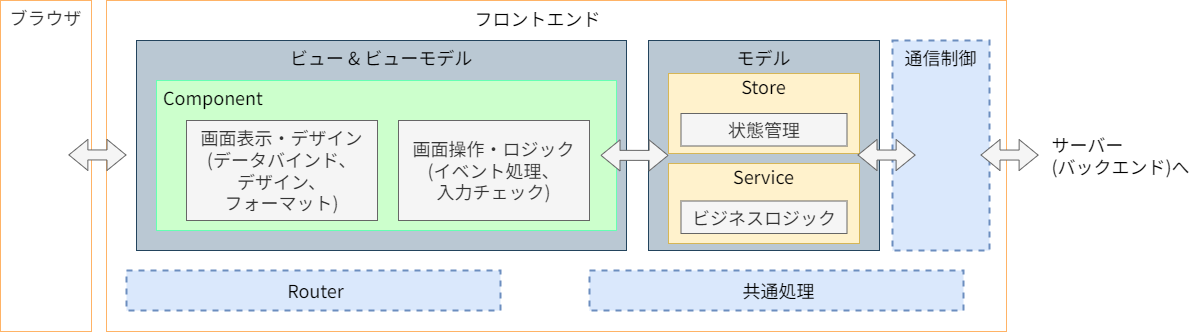
AlesInfiny/maris keeps this draw.io diagram as documents/contents/images/app-architecture/client-side-rendering/frontend-architecture-light.png. Above is the earlier version. Source tidied: cells renumbered, new cells last; positions are measured from the earlier drawing's top-left corner, leaving out a move shared by most shapes.
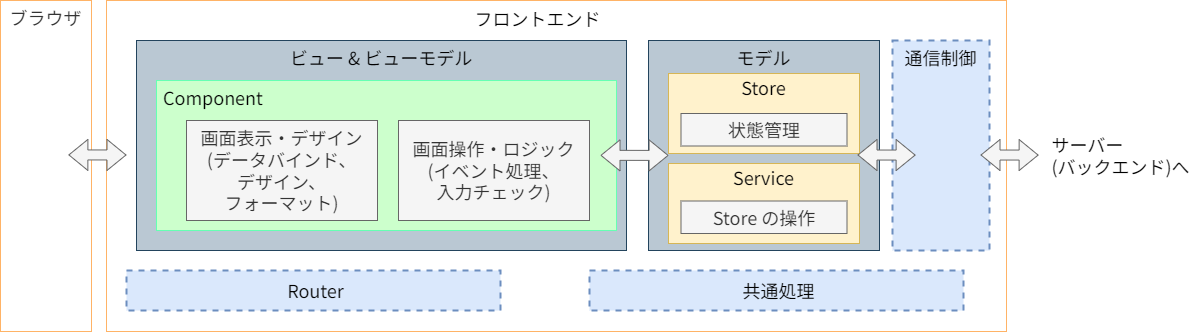
After the change.

Diff of the diagram source:
```diff
@@ -23,7 +23,7 @@
     <mxCell id="8" value="画面操作・ロジック&lt;br style=&quot;font-size: 18px&quot;&gt;(イベント処理、&lt;br style=&quot;font-size: 18px&quot;&gt;入力チェック)" style="rounded=0;whiteSpace=wrap;html=1;fontSize=18;fillColor=#f5f5f5;fontColor=#333333;strokeColor=#666666;fontFamily=Noto Sans JP;fontSource=https%3A%2F%2Ffonts.googleapis.com%2Fcss%3Ffamily%3DNoto%2BSans%2BJP;verticalAlign=middle;" parent="1" vertex="1">
       <mxGeometry x="398" y="120" width="191" height="100" as="geometry" />
     </mxCell>
-    <mxCell id="9" value="Store" style="rounded=0;whiteSpace=wrap;html=1;fontSize=18;verticalAlign=top;fillColor=#fff2cc;strokeColor=#d6b656;fontFamily=Noto Sans JP;fontSource=https%3A%2F%2Ffonts.googleapis.com%2Fcss%3Ffamily%3DNoto%2BSans%2BJP;spacing=0;spacingTop=-2;" parent="1" vertex="1">
+    <mxCell id="9" value="Store" style="rounded=0;whiteSpace=wrap;html=1;fontSize=18;verticalAlign=top;fillColor=#fff2cc;strokeColor=#d6b656;fontFamily=Noto Sans JP;fontSource=https%3A%2F%2Ffonts.googleapis.com%2Fcss%3Ffamily%3DNoto%2BSans%2BJP;spacing=0;spacingTop=-1;" parent="1" vertex="1">
       <mxGeometry x="668" y="73" width="191" height="80" as="geometry" />
     </mxCell>
     <mxCell id="10" value="状態管理" style="rounded=0;whiteSpace=wrap;html=1;fontSize=18;fillColor=#f5f5f5;strokeColor=#666666;fontColor=#333333;fontFamily=Noto Sans JP;fontSource=https%3A%2F%2Ffonts.googleapis.com%2Fcss%3Ffamily%3DNoto%2BSans%2BJP;" parent="1" vertex="1">
@@ -68,10 +68,10 @@
     <mxCell id="19" value="&lt;div style=&quot;text-align: left; font-size: 18px;&quot;&gt;&lt;span style=&quot;font-size: 18px;&quot;&gt;サーバー&lt;/span&gt;&lt;/div&gt;&lt;div style=&quot;text-align: left; font-size: 18px;&quot;&gt;&lt;span style=&quot;font-size: 18px;&quot;&gt;(バックエンド)へ&lt;/span&gt;&lt;/div&gt;" style="text;html=1;strokeColor=none;fillColor=none;align=center;verticalAlign=middle;whiteSpace=wrap;rounded=0;fontFamily=Noto Sans JP;fontSource=https%3A%2F%2Ffonts.googleapis.com%2Fcss%3Ffamily%3DNoto%2BSans%2BJP;fontSize=18;" parent="1" vertex="1">
       <mxGeometry x="1046" y="140" width="149" height="30" as="geometry" />
     </mxCell>
-    <mxCell id="20" value="Service" style="rounded=0;whiteSpace=wrap;html=1;fontSize=18;verticalAlign=top;fillColor=#fff2cc;strokeColor=#d6b656;fontFamily=Noto Sans JP;fontSource=https%3A%2F%2Ffonts.googleapis.com%2Fcss%3Ffamily%3DNoto%2BSans%2BJP;spacing=0;spacingTop=-2;" parent="1" vertex="1">
+    <mxCell id="20" value="Service" style="rounded=0;whiteSpace=wrap;html=1;fontSize=18;verticalAlign=top;fillColor=#fff2cc;strokeColor=#d6b656;fontFamily=Noto Sans JP;fontSource=https%3A%2F%2Ffonts.googleapis.com%2Fcss%3Ffamily%3DNoto%2BSans%2BJP;spacing=0;spacingTop=-1;" parent="1" vertex="1">
       <mxGeometry x="668" y="163" width="191" height="80" as="geometry" />
     </mxCell>
-    <mxCell id="21" value="ビジネスロジック" style="rounded=0;whiteSpace=wrap;html=1;fontSize=18;fillColor=#f5f5f5;strokeColor=#666666;fontColor=#333333;fontFamily=Noto Sans JP;fontSource=https%3A%2F%2Ffonts.googleapis.com%2Fcss%3Ffamily%3DNoto%2BSans%2BJP;" parent="1" vertex="1">
+    <mxCell id="21" value="Store の操作" style="rounded=0;whiteSpace=wrap;html=1;fontSize=18;fillColor=#f5f5f5;strokeColor=#666666;fontColor=#333333;fontFamily=Noto Sans JP;fontSource=https%3A%2F%2Ffonts.googleapis.com%2Fcss%3Ffamily%3DNoto%2BSans%2BJP;" parent="1" vertex="1">
       <mxGeometry x="680.5" y="200.5" width="166" height="32.5" as="geometry" />
     </mxCell>
   </root>
```
